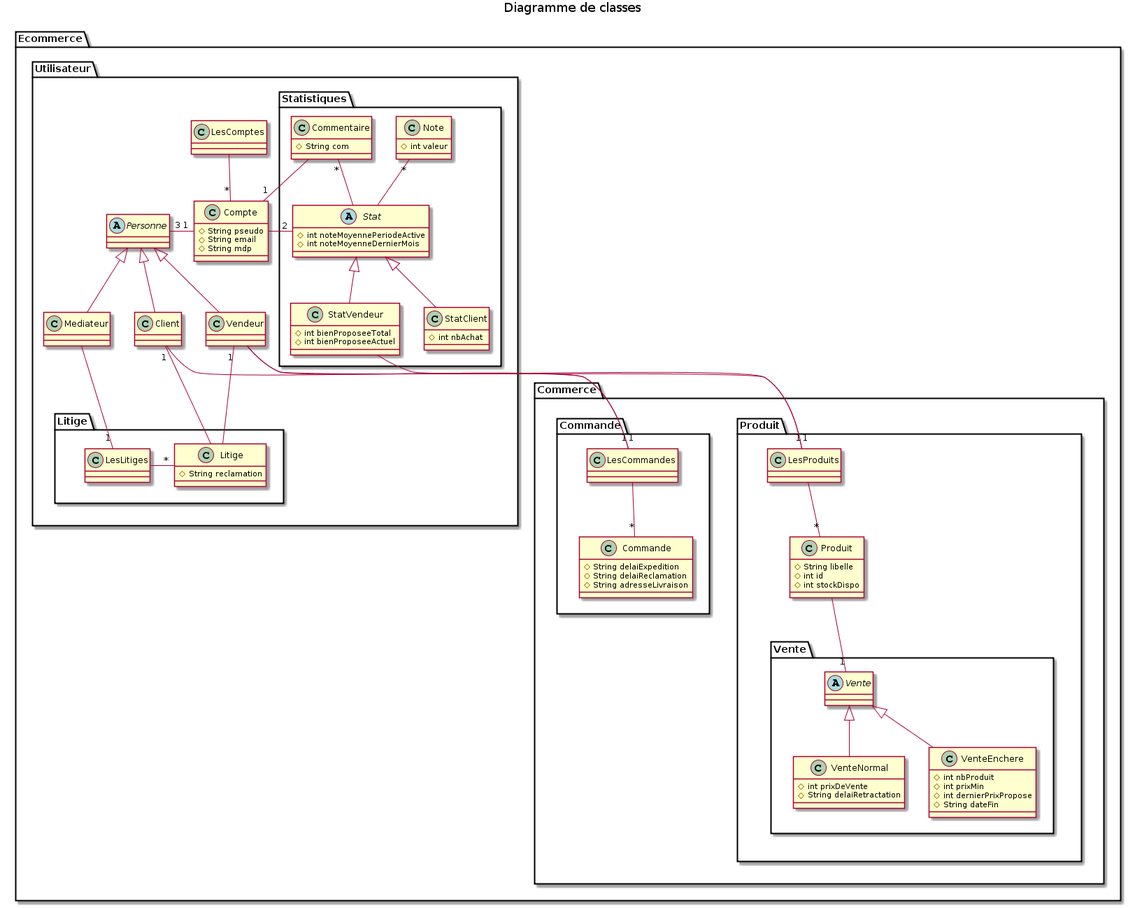
Before: DiagClass/DiagClass.png, a diagram exported from PlantUML (Moinketroa/Ebayz).
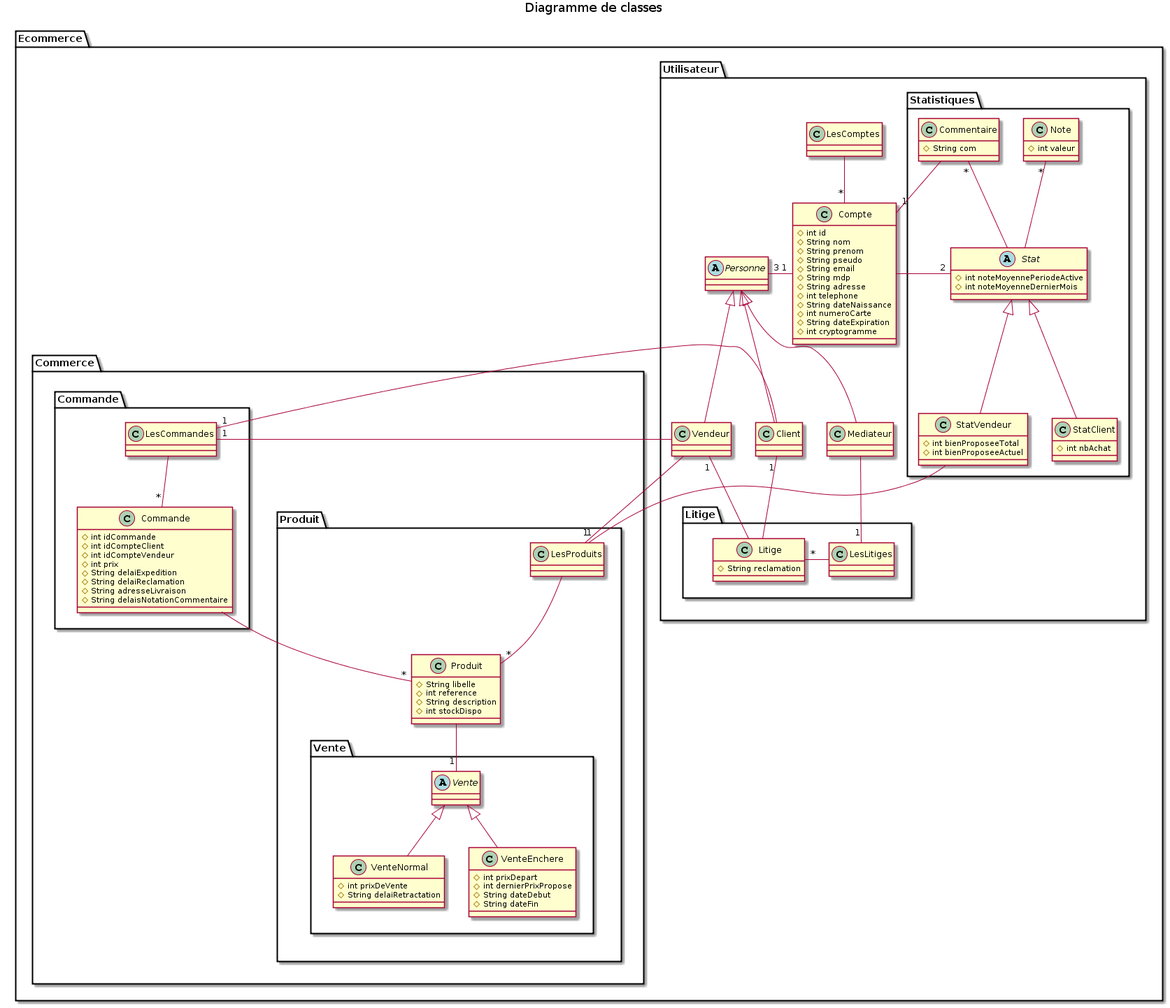
After the change.

Commit message:
diag classe 1er iteration

The edit, as a diff of the source:
```diff
@@ -16,9 +16,18 @@
         class LesComptes
 
         class Compte{
-            #String pseudo
-            #String email
-            #String mdp
+        #int id
+        #String nom
+        #String prenom
+        #String pseudo
+        #String email
+        #String mdp
+        #String adresse
+        #int telephone
+        #String dateNaissance
+        #int numeroCarte
+        #String dateExpiration
+        #int cryptogramme
         }
 
         package Statistiques{
@@ -82,7 +91,8 @@
         package Produit{
             class Produit{
                 #String libelle
-                #int id
+                #int reference
+		#String description
                 #int stockDispo
             }
 
@@ -97,9 +107,9 @@
                 }
 
                 class VenteEnchere{
-                    #int nbProduit
-                    #int prixMin
+                    #int prixDepart
                     #int dernierPrixPropose
+		    #String dateDebut
                     #String dateFin
                 }
 
@@ -115,12 +125,18 @@
             class LesCommandes
 
             class Commande{
-                #String delaiExpedition
-                #String delaiReclamation
-                #String adresseLivraison
+        #int idCommande
+        #int idCompteClient
+        #int idCompteVendeur
+        #int prix
+        #String delaiExpedition
+        #String delaiReclamation
+        #String adresseLivraison
+        #String delaisNotationCommentaire
             }
 
             LesCommandes --"*" Commande
+	    Commande --"*"Produit
         }
     }
 
```
